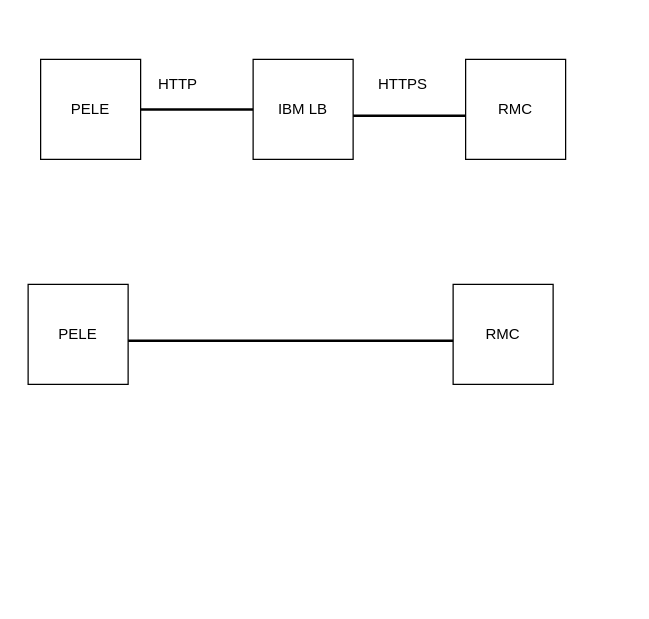
The draw.io diagram src/RMCConnectivity.drawio in maheshn99/devops-essentials-sample-app, before the edit. Source tidied: cells renumbered, new cells numbered last; positions are measured from the earlier drawing's top-left corner, leaving out a move shared by most shapes. Both pictures are drawn from the tidied source at 125%, with x=0, y=0 at pixel (28, 59).
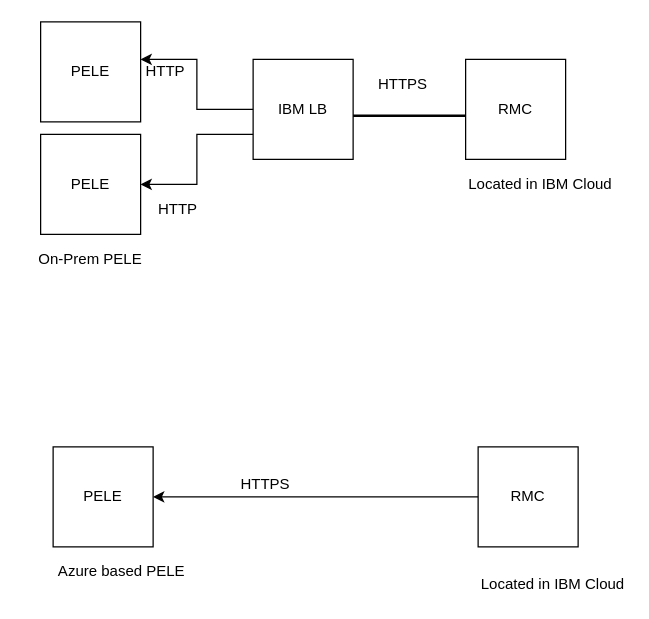
The same diagram, later.

The change refers to these unchanged cells:
```xml
<mxCell id="3" value="IBM LB" style="whiteSpace=wrap;html=1;" parent="1" vertex="1">
  <mxGeometry x="180" width="80" height="80" as="geometry" />
</mxCell>
```

What changed in the source:
```diff
@@
     <mxCell id="2" value="PELE" style="whiteSpace=wrap;html=1;" parent="1" vertex="1">
-      <mxGeometry x="10" width="80" height="80" as="geometry" />
+      <mxGeometry x="10" y="-30" width="80" height="80" as="geometry" />
     </mxCell>
@@
-    <mxCell id="6" style="line;strokeWidth=2;html=1;" parent="1" vertex="1">
-      <mxGeometry x="90" y="35" width="90" height="10" as="geometry" />
-    </mxCell>
     <mxCell id="7" value="PELE" style="whiteSpace=wrap;html=1;" parent="1" vertex="1">
-      <mxGeometry y="180" width="80" height="80" as="geometry" />
+      <mxGeometry x="20" y="310" width="80" height="80" as="geometry" />
     </mxCell>
     <mxCell id="8" value="RMC" style="whiteSpace=wrap;html=1;" parent="1" vertex="1">
-      <mxGeometry x="340" y="180" width="80" height="80" as="geometry" />
+      <mxGeometry x="360" y="310" width="80" height="80" as="geometry" />
     </mxCell>
-    <mxCell id="9" style="line;strokeWidth=2;html=1;" parent="1" vertex="1">
-      <mxGeometry x="80" y="220" width="260" height="10" as="geometry" />
-    </mxCell>
@@
     <mxCell id="11" value="HTTP" style="text;html=1;strokeColor=none;fillColor=none;align=center;verticalAlign=middle;whiteSpace=wrap;rounded=0;" parent="1" vertex="1">
-      <mxGeometry x="100" y="10" width="40" height="20" as="geometry" />
+      <mxGeometry x="90" width="40" height="20" as="geometry" />
     </mxCell>
+    <mxCell id="12" value="HTTPS" style="text;html=1;strokeColor=none;fillColor=none;align=center;verticalAlign=middle;whiteSpace=wrap;rounded=0;" parent="1" vertex="1">
+      <mxGeometry x="170" y="330" width="40" height="20" as="geometry" />
+    </mxCell>
+    <mxCell id="13" value="PELE" style="whiteSpace=wrap;html=1;" parent="1" vertex="1">
+      <mxGeometry x="10" y="60" width="80" height="80" as="geometry" />
+    </mxCell>
+    <mxCell id="14" style="edgeStyle=elbowEdgeStyle;elbow=horizontal;endArrow=none;html=1;rounded=0;exitX=1;exitY=0.375;exitDx=0;exitDy=0;exitPerimeter=0;entryX=0;entryY=0.5;entryDx=0;entryDy=0;endFill=0;startArrow=classic;startFill=1;" parent="1" edge="1" source="2" target="3">
+      <mxGeometry relative="1" as="geometry" />
+    </mxCell>
+    <mxCell id="15" style="edgeStyle=elbowEdgeStyle;elbow=horizontal;endArrow=none;html=1;rounded=0;entryX=0;entryY=0.75;entryDx=0;entryDy=0;endFill=0;startArrow=classic;startFill=1;" parent="1" edge="1" target="3">
+      <mxGeometry relative="1" as="geometry">
+        <mxPoint x="90" y="100" as="sourcePoint" />
+      </mxGeometry>
+    </mxCell>
+    <mxCell id="16" value="HTTP" style="text;html=1;strokeColor=none;fillColor=none;align=center;verticalAlign=middle;whiteSpace=wrap;rounded=0;" parent="1" vertex="1">
+      <mxGeometry x="100" y="110" width="40" height="20" as="geometry" />
+    </mxCell>
+    <mxCell id="17" value="Located in IBM Cloud" style="text;html=1;strokeColor=none;fillColor=none;align=center;verticalAlign=middle;whiteSpace=wrap;rounded=0;" parent="1" vertex="1">
+      <mxGeometry x="350" y="90" width="120" height="20" as="geometry" />
+    </mxCell>
+    <mxCell id="18" value="Located in IBM Cloud" style="text;html=1;strokeColor=none;fillColor=none;align=center;verticalAlign=middle;whiteSpace=wrap;rounded=0;" parent="1" vertex="1">
+      <mxGeometry x="360" y="410" width="120" height="20" as="geometry" />
+    </mxCell>
+    <mxCell id="19" value="Azure based PELE" style="text;html=1;strokeColor=none;fillColor=none;align=center;verticalAlign=middle;whiteSpace=wrap;rounded=0;" parent="1" vertex="1">
+      <mxGeometry x="20" y="400" width="110" height="20" as="geometry" />
+    </mxCell>
+    <mxCell id="20" value="On-Prem PELE" style="text;html=1;strokeColor=none;fillColor=none;align=center;verticalAlign=middle;whiteSpace=wrap;rounded=0;" parent="1" vertex="1">
+      <mxGeometry x="-5" y="150" width="110" height="20" as="geometry" />
+    </mxCell>
+    <mxCell id="21" style="edgeStyle=elbowEdgeStyle;elbow=horizontal;endArrow=none;html=1;rounded=0;exitX=1;exitY=0.5;exitDx=0;exitDy=0;entryX=0;entryY=0.5;entryDx=0;entryDy=0;startArrow=classic;startFill=1;endFill=0;" parent="1" edge="1" source="7" target="8">
+      <mxGeometry relative="1" as="geometry" />
+    </mxCell>
```
